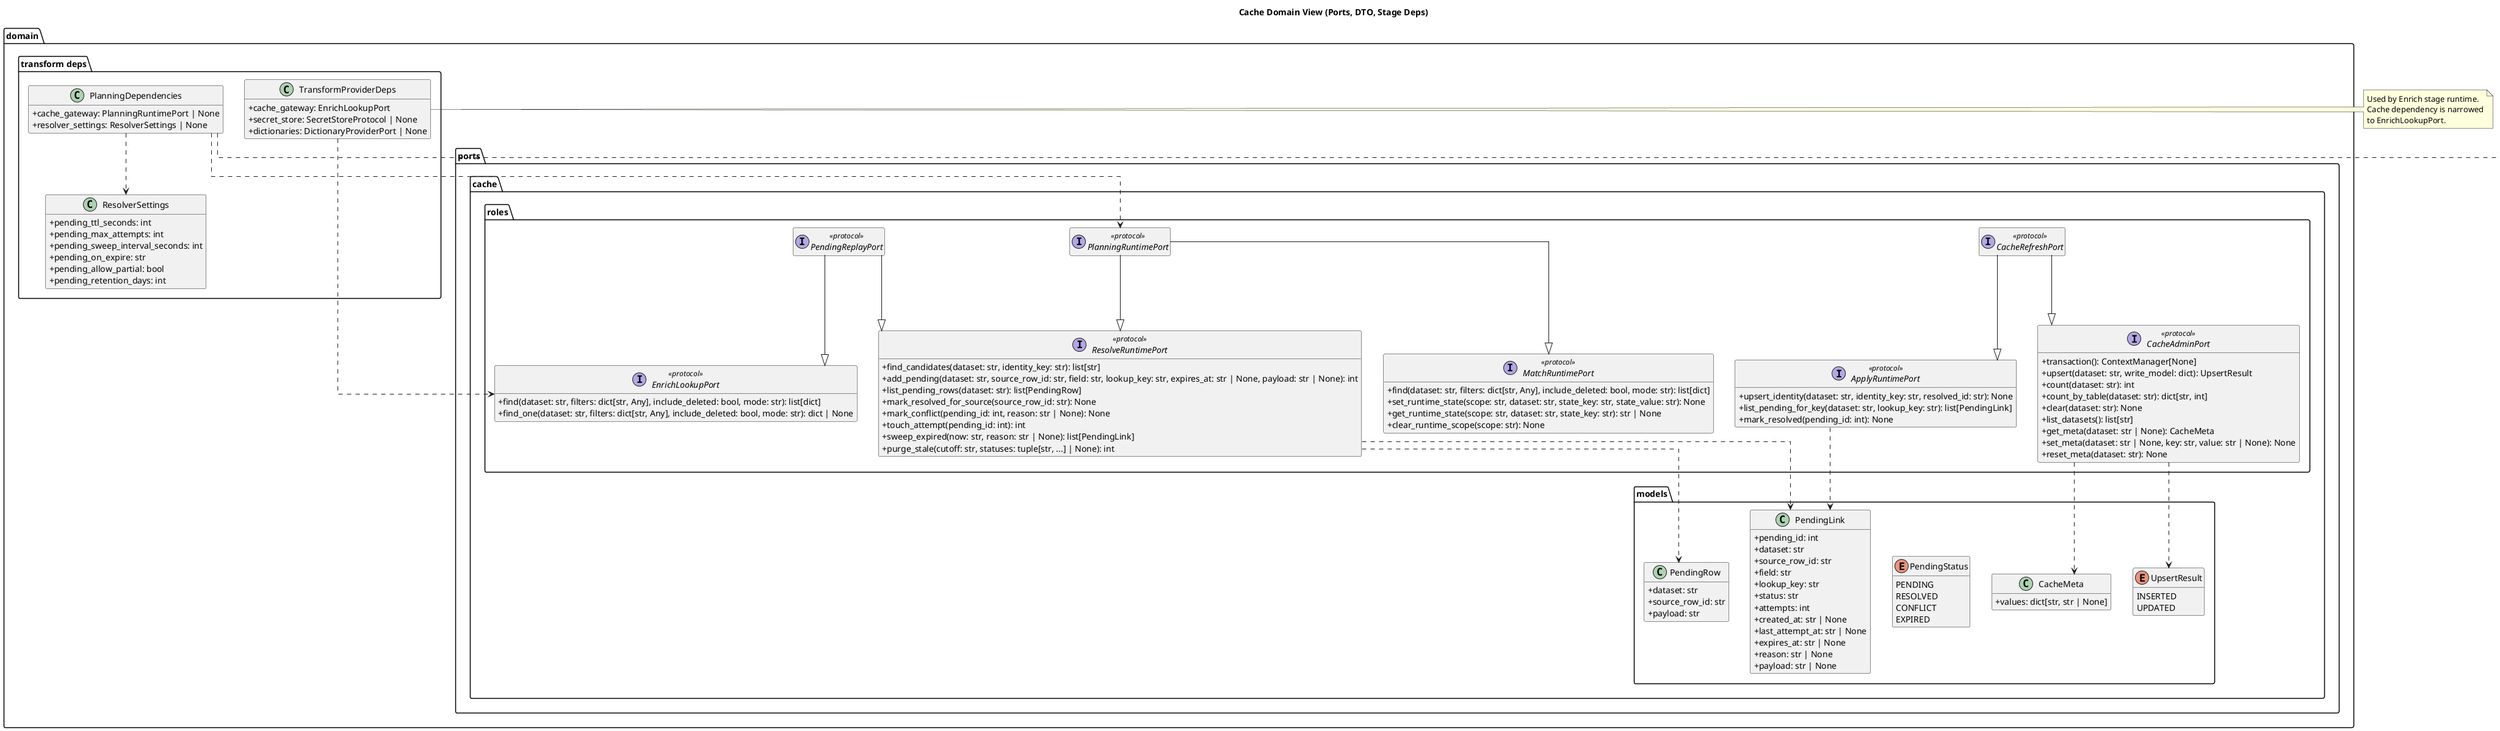
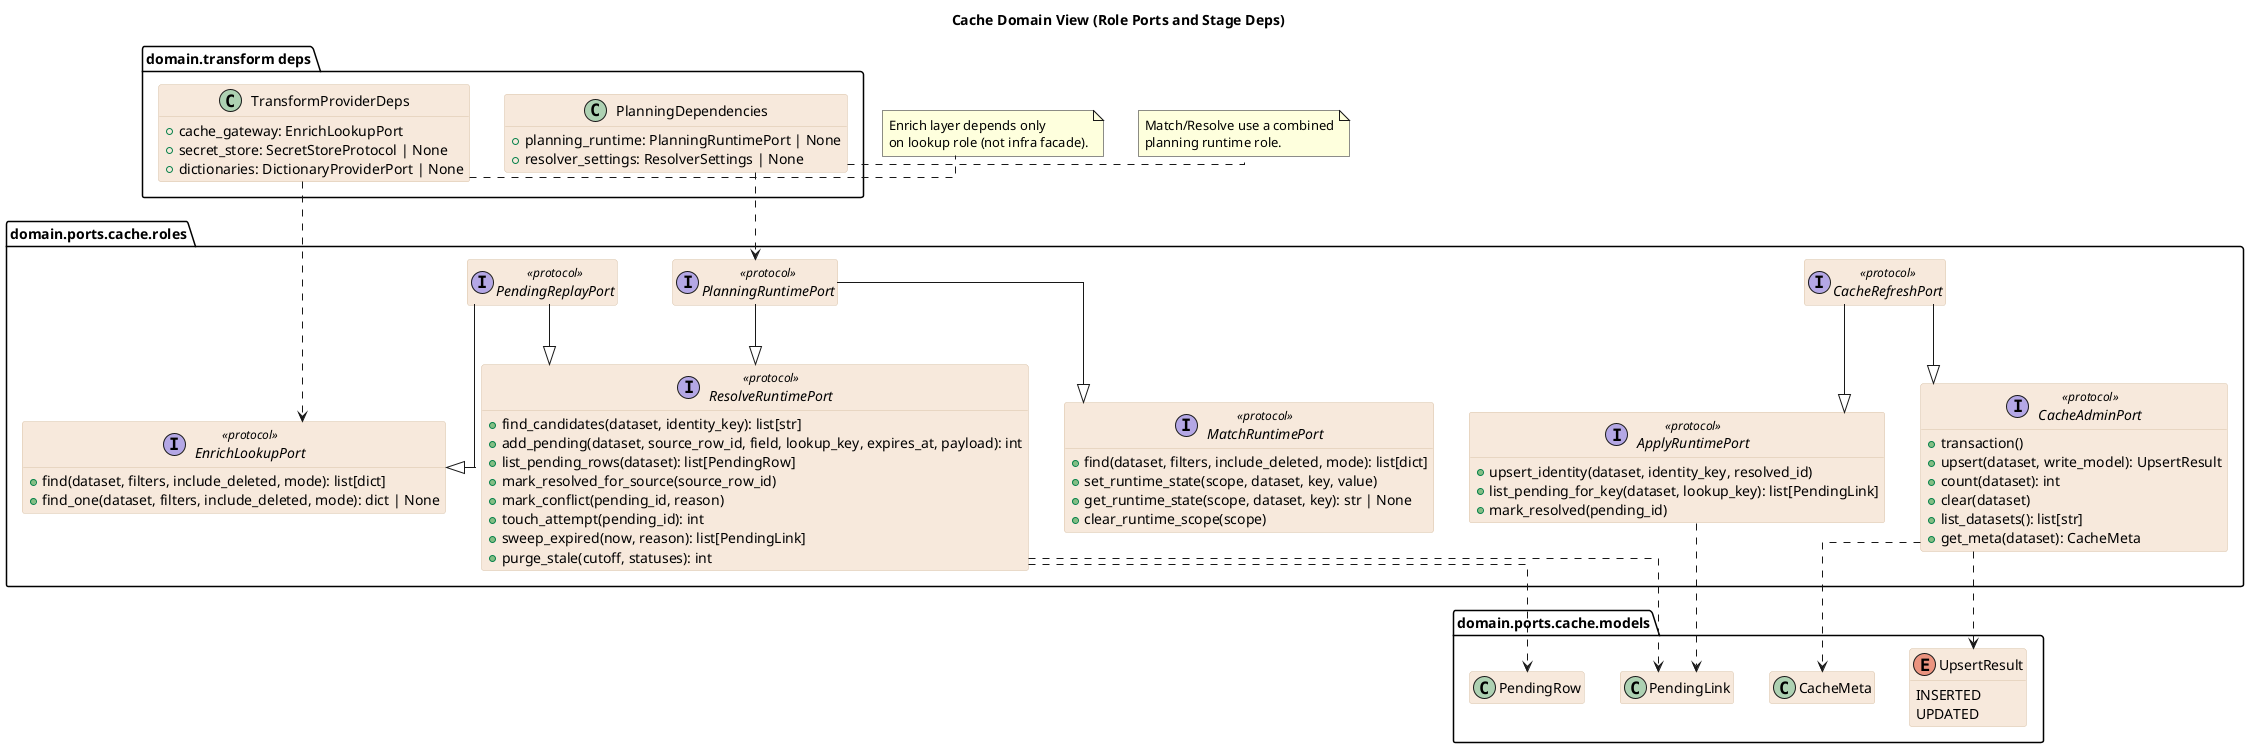
@startuml
- title Cache Domain View (Ports, DTO, Stage Deps)
- 
- skinparam classAttributeIconSize 0
+ title Cache Domain View (Role Ports and Stage Deps)
+ set namespaceSeparator none
+ skinparam backgroundColor white
skinparam linetype ortho
+ skinparam defaultFontName Arial
+ skinparam class {
+   BackgroundColor #f7e9dc
+   BorderColor #d9c2a8
+ }
hide empty members

package "domain.ports.cache.models" {
  enum UpsertResult {
    INSERTED
    UPDATED
  }

-   class CacheMeta {
-     +values: dict[str, str | None]
-   }
- 
-   enum PendingStatus {
-     PENDING
-     RESOLVED
-     CONFLICT
-     EXPIRED
-   }
- 
-   class PendingLink {
-     +pending_id: int
-     +dataset: str
-     +source_row_id: str
-     +field: str
-     +lookup_key: str
-     +status: str
-     +attempts: int
-     +created_at: str | None
-     +last_attempt_at: str | None
-     +expires_at: str | None
-     +reason: str | None
-     +payload: str | None
-   }
- 
-   class PendingRow {
-     +dataset: str
-     +source_row_id: str
-     +payload: str
-   }
+   class CacheMeta
+   class PendingLink
+   class PendingRow
}

package "domain.ports.cache.roles" {
  interface CacheAdminPort <<protocol>> {
-     +transaction(): ContextManager[None]
-     +upsert(dataset: str, write_model: dict): UpsertResult
-     +count(dataset: str): int
-     +count_by_table(dataset: str): dict[str, int]
-     +clear(dataset: str): None
+     +transaction()
+     +upsert(dataset, write_model): UpsertResult
+     +count(dataset): int
+     +clear(dataset)
    +list_datasets(): list[str]
-     +get_meta(dataset: str | None): CacheMeta
-     +set_meta(dataset: str | None, key: str, value: str | None): None
-     +reset_meta(dataset: str): None
+     +get_meta(dataset): CacheMeta
  }

  interface EnrichLookupPort <<protocol>> {
-     +find(dataset: str, filters: dict[str, Any], include_deleted: bool, mode: str): list[dict]
-     +find_one(dataset: str, filters: dict[str, Any], include_deleted: bool, mode: str): dict | None
+     +find(dataset, filters, include_deleted, mode): list[dict]
+     +find_one(dataset, filters, include_deleted, mode): dict | None
  }

  interface MatchRuntimePort <<protocol>> {
-     +find(dataset: str, filters: dict[str, Any], include_deleted: bool, mode: str): list[dict]
-     +set_runtime_state(scope: str, dataset: str, state_key: str, state_value: str): None
-     +get_runtime_state(scope: str, dataset: str, state_key: str): str | None
-     +clear_runtime_scope(scope: str): None
+     +find(dataset, filters, include_deleted, mode): list[dict]
+     +set_runtime_state(scope, dataset, key, value)
+     +get_runtime_state(scope, dataset, key): str | None
+     +clear_runtime_scope(scope)
  }

  interface ResolveRuntimePort <<protocol>> {
-     +find_candidates(dataset: str, identity_key: str): list[str]
-     +add_pending(dataset: str, source_row_id: str, field: str, lookup_key: str, expires_at: str | None, payload: str | None): int
-     +list_pending_rows(dataset: str): list[PendingRow]
-     +mark_resolved_for_source(source_row_id: str): None
-     +mark_conflict(pending_id: int, reason: str | None): None
-     +touch_attempt(pending_id: int): int
-     +sweep_expired(now: str, reason: str | None): list[PendingLink]
-     +purge_stale(cutoff: str, statuses: tuple[str, ...] | None): int
+     +find_candidates(dataset, identity_key): list[str]
+     +add_pending(dataset, source_row_id, field, lookup_key, expires_at, payload): int
+     +list_pending_rows(dataset): list[PendingRow]
+     +mark_resolved_for_source(source_row_id)
+     +mark_conflict(pending_id, reason)
+     +touch_attempt(pending_id): int
+     +sweep_expired(now, reason): list[PendingLink]
+     +purge_stale(cutoff, statuses): int
  }

  interface ApplyRuntimePort <<protocol>> {
-     +upsert_identity(dataset: str, identity_key: str, resolved_id: str): None
-     +list_pending_for_key(dataset: str, lookup_key: str): list[PendingLink]
-     +mark_resolved(pending_id: int): None
+     +upsert_identity(dataset, identity_key, resolved_id)
+     +list_pending_for_key(dataset, lookup_key): list[PendingLink]
+     +mark_resolved(pending_id)
  }

  interface CacheRefreshPort <<protocol>>
  interface PendingReplayPort <<protocol>>
  interface PlanningRuntimePort <<protocol>>
}

package "domain.transform deps" {
  class TransformProviderDeps {
    +cache_gateway: EnrichLookupPort
    +secret_store: SecretStoreProtocol | None
    +dictionaries: DictionaryProviderPort | None
  }

-   class ResolverSettings {
-     +pending_ttl_seconds: int
-     +pending_max_attempts: int
-     +pending_sweep_interval_seconds: int
-     +pending_on_expire: str
-     +pending_allow_partial: bool
-     +pending_retention_days: int
-   }
- 
  class PlanningDependencies {
-     +cache_gateway: PlanningRuntimePort | None
+     +planning_runtime: PlanningRuntimePort | None
    +resolver_settings: ResolverSettings | None
  }
}

CacheRefreshPort --|> CacheAdminPort
CacheRefreshPort --|> ApplyRuntimePort

PendingReplayPort --|> ResolveRuntimePort
PendingReplayPort --|> EnrichLookupPort

PlanningRuntimePort --|> MatchRuntimePort
PlanningRuntimePort --|> ResolveRuntimePort

+ CacheAdminPort ..> UpsertResult
+ CacheAdminPort ..> CacheMeta
+ ResolveRuntimePort ..> PendingLink
ResolveRuntimePort ..> PendingRow
- ResolveRuntimePort ..> PendingLink
ApplyRuntimePort ..> PendingLink
- CacheAdminPort ..> CacheMeta
- CacheAdminPort ..> UpsertResult

TransformProviderDeps ..> EnrichLookupPort
PlanningDependencies ..> PlanningRuntimePort
- PlanningDependencies ..> ResolverSettings

note right of TransformProviderDeps
- Used by Enrich stage runtime.
- Cache dependency is narrowed
- to EnrichLookupPort.
+ Enrich layer depends only
+ on lookup role (not infra facade).
end note

note right of PlanningDependencies
- Used by Match/Resolve stage builders.
- Single runtime object,
- role-limited by PlanningRuntimePort.
+ Match/Resolve use a combined
+ planning runtime role.
end note

@enduml
